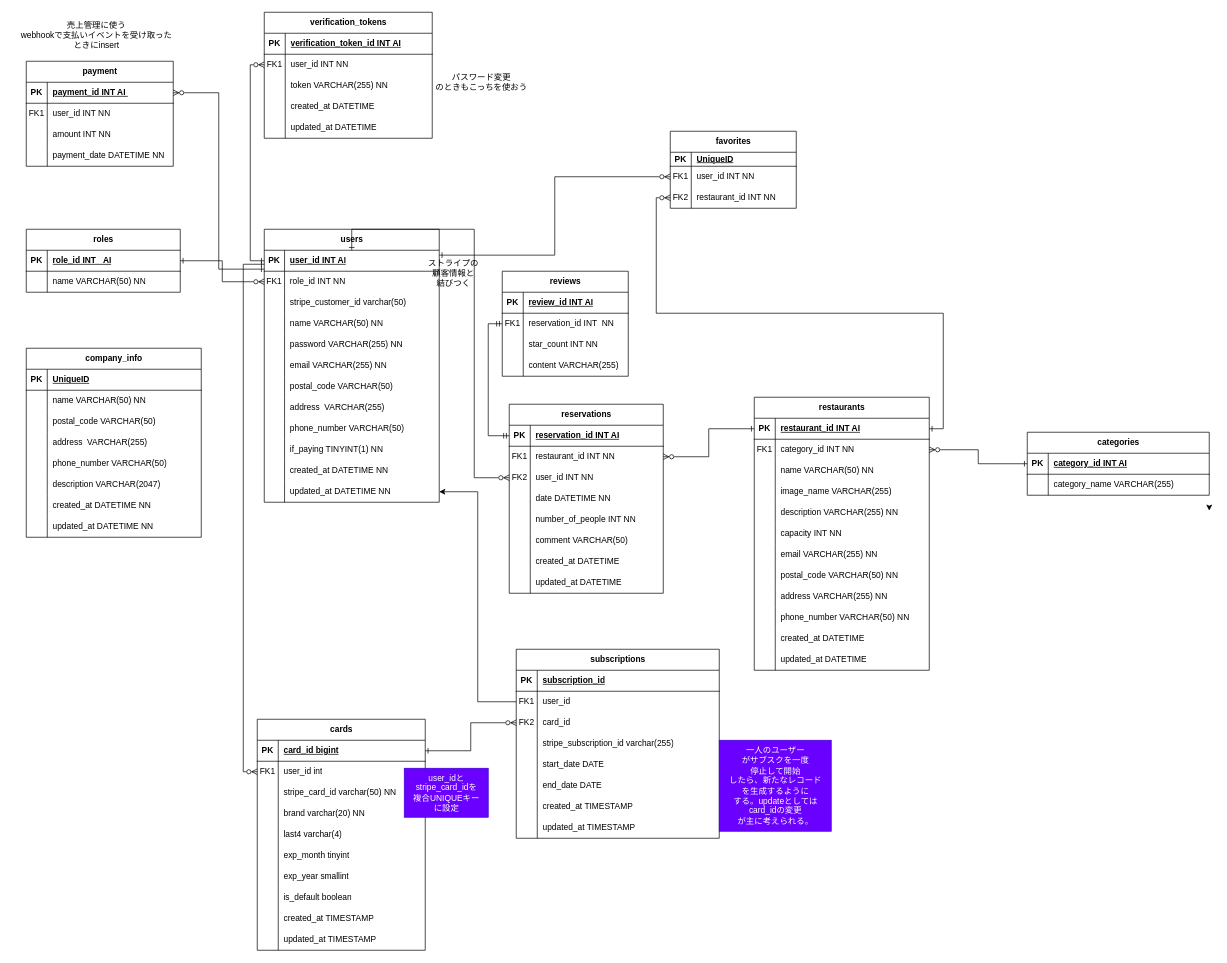
satoru817/springboot_tabelog_kadai keeps this draw.io diagram as kadai_002/nagoyameshi/nagoyameshi_ER.drawio. Above is the earlier version. Source tidied: cells renumbered, new cells numbered last; positions are measured from the earlier drawing's top-left corner, leaving out a move shared by most shapes. Both pictures are drawn from the tidied source at 70%, with x=0, y=0 at pixel (12, 12).
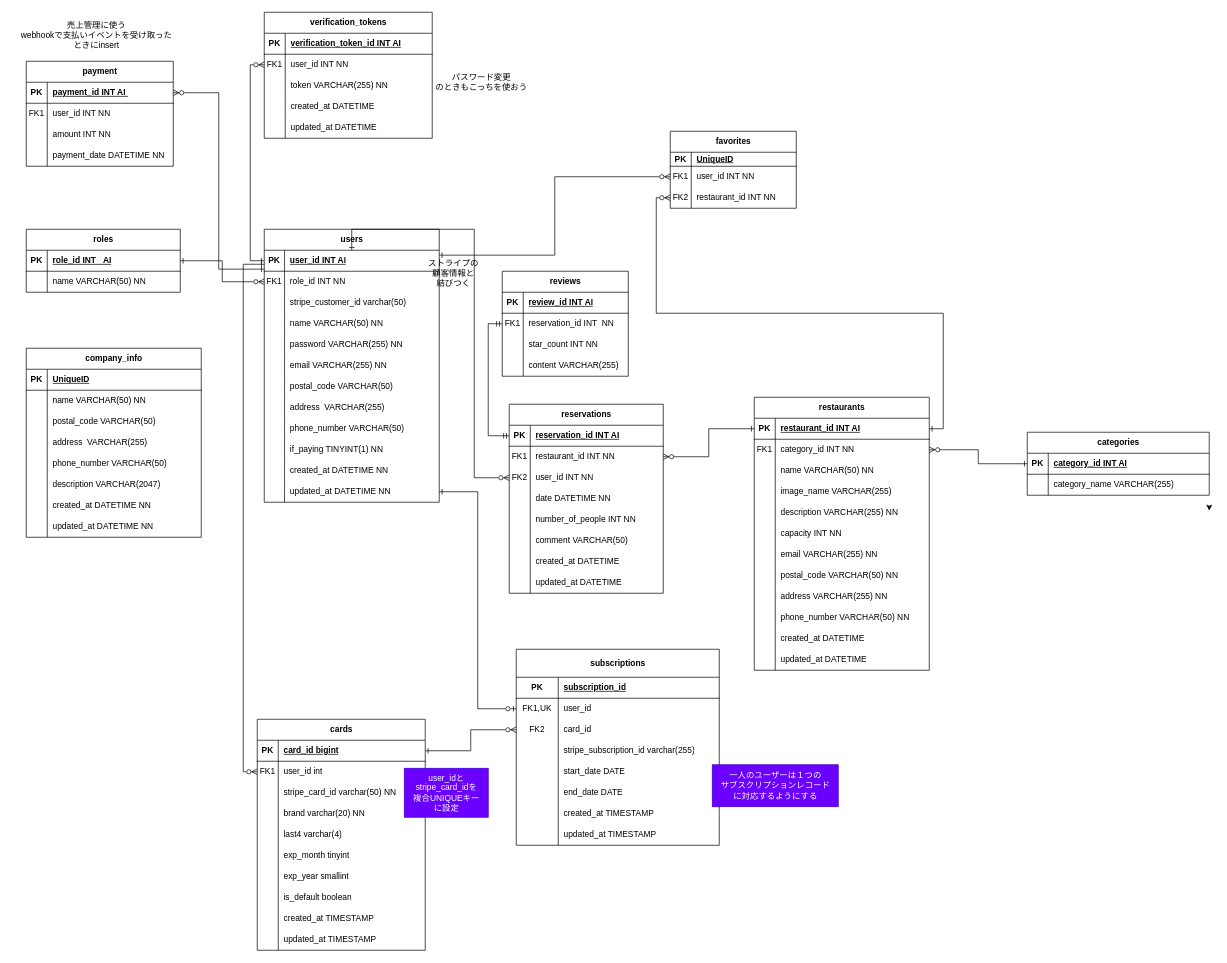
After the change.

Unchanged cells that the change refers to:
```xml
<mxCell id="43" style="shape=tableRow;horizontal=0;startSize=0;swimlaneHead=0;swimlaneBody=0;fillColor=none;points=[[0,0.5],[1,0.5]];portConstraint=eastwest;top=0;left=0;right=0;bottom=0;" parent="9" vertex="1">
  <mxGeometry y="360" width="250" height="30" as="geometry" />
</mxCell>
```

The edit, as a diff of the source:
```diff
@@
-    <mxCell id="236" value="subscriptions" style="shape=table;startSize=30;childLayout=tableLayout;rowLines=0;fontStyle=1;align=center;html=1;" parent="1" vertex="1">
-      <mxGeometry x="720" y="910" width="290" height="270" as="geometry" />
+    <mxCell id="236" value="subscriptions" style="shape=table;startSize=40;childLayout=tableLayout;rowLines=0;fontStyle=1;align=center;html=1;" parent="1" vertex="1">
+      <mxGeometry x="720" y="910" width="290" height="280" as="geometry" />
     </mxCell>
     <mxCell id="237" style="shape=tableRow;horizontal=0;startSize=0;swimlaneHead=0;swimlaneBody=0;fillColor=none;top=0;left=0;right=0;bottom=1;" parent="236" vertex="1">
-      <mxGeometry y="30" width="290" height="30" as="geometry" />
+      <mxGeometry y="40" width="290" height="30" as="geometry" />
     </mxCell>
     <mxCell id="238" value="PK" style="shape=partialRectangle;fillColor=none;top=0;left=0;bottom=0;right=0;fontStyle=1;overflow=hidden;whiteSpace=wrap;html=1;" parent="237" vertex="1">
-      <mxGeometry width="30" height="30" as="geometry" />
+      <mxGeometry width="60" height="30" as="geometry" />
     </mxCell>
     <mxCell id="239" value="subscription_id" style="shape=partialRectangle;fillColor=none;top=0;left=0;bottom=0;right=0;align=left;spacingLeft=6;fontStyle=5;overflow=hidden;whiteSpace=wrap;html=1;" parent="237" vertex="1">
-      <mxGeometry x="30" width="260" height="30" as="geometry" />
+      <mxGeometry x="60" width="230" height="30" as="geometry" />
     </mxCell>
     <mxCell id="240" style="shape=tableRow;horizontal=0;startSize=0;swimlaneHead=0;swimlaneBody=0;fillColor=none;points=[[0,0.5],[1,0.5]];portConstraint=eastwest;top=0;left=0;right=0;bottom=0;" parent="236" vertex="1">
-      <mxGeometry y="60" width="290" height="30" as="geometry" />
+      <mxGeometry y="70" width="290" height="30" as="geometry" />
     </mxCell>
-    <mxCell id="241" value="FK1" style="shape=partialRectangle;fillColor=none;top=0;left=0;bottom=0;right=0;overflow=hidden;whiteSpace=wrap;html=1;" parent="240" vertex="1">
-      <mxGeometry width="30" height="30" as="geometry" />
+    <mxCell id="241" value="FK1,UK" style="shape=partialRectangle;fillColor=none;top=0;left=0;bottom=0;right=0;overflow=hidden;whiteSpace=wrap;html=1;" parent="240" vertex="1">
+      <mxGeometry width="60" height="30" as="geometry" />
     </mxCell>
     <mxCell id="242" value="user_id&amp;nbsp;" style="shape=partialRectangle;fillColor=none;top=0;left=0;bottom=0;right=0;align=left;spacingLeft=6;overflow=hidden;whiteSpace=wrap;html=1;" parent="240" vertex="1">
-      <mxGeometry x="30" width="260" height="30" as="geometry" />
+      <mxGeometry x="60" width="230" height="30" as="geometry" />
     </mxCell>
     <mxCell id="243" style="shape=tableRow;horizontal=0;startSize=0;swimlaneHead=0;swimlaneBody=0;fillColor=none;points=[[0,0.5],[1,0.5]];portConstraint=eastwest;top=0;left=0;right=0;bottom=0;" parent="236" vertex="1">
-      <mxGeometry y="90" width="290" height="30" as="geometry" />
+      <mxGeometry y="100" width="290" height="30" as="geometry" />
     </mxCell>
     <mxCell id="244" value="FK2" style="shape=partialRectangle;fillColor=none;top=0;left=0;bottom=0;right=0;overflow=hidden;whiteSpace=wrap;html=1;" parent="243" vertex="1">
-      <mxGeometry width="30" height="30" as="geometry" />
+      <mxGeometry width="60" height="30" as="geometry" />
     </mxCell>
     <mxCell id="245" value="card_id&amp;nbsp;" style="shape=partialRectangle;fillColor=none;top=0;left=0;bottom=0;right=0;align=left;spacingLeft=6;overflow=hidden;whiteSpace=wrap;html=1;" parent="243" vertex="1">
-      <mxGeometry x="30" width="260" height="30" as="geometry" />
+      <mxGeometry x="60" width="230" height="30" as="geometry" />
     </mxCell>
     <mxCell id="246" style="shape=tableRow;horizontal=0;startSize=0;swimlaneHead=0;swimlaneBody=0;fillColor=none;top=0;left=0;right=0;bottom=0;" parent="236" vertex="1">
-      <mxGeometry y="120" width="290" height="30" as="geometry" />
+      <mxGeometry y="130" width="290" height="30" as="geometry" />
     </mxCell>
     <mxCell id="247" style="shape=partialRectangle;fillColor=none;top=0;left=0;bottom=0;right=0;overflow=hidden;whiteSpace=wrap;html=1;" parent="246" vertex="1">
-      <mxGeometry width="30" height="30" as="geometry" />
+      <mxGeometry width="60" height="30" as="geometry" />
     </mxCell>
     <mxCell id="248" value="stripe_subscription_id varchar(255)" style="shape=partialRectangle;fillColor=none;top=0;left=0;bottom=0;right=0;align=left;spacingLeft=6;overflow=hidden;whiteSpace=wrap;html=1;" parent="246" vertex="1">
-      <mxGeometry x="30" width="260" height="30" as="geometry" />
+      <mxGeometry x="60" width="230" height="30" as="geometry" />
     </mxCell>
     <mxCell id="249" style="shape=tableRow;horizontal=0;startSize=0;swimlaneHead=0;swimlaneBody=0;fillColor=none;top=0;left=0;right=0;bottom=0;" parent="236" vertex="1">
-      <mxGeometry y="150" width="290" height="30" as="geometry" />
+      <mxGeometry y="160" width="290" height="30" as="geometry" />
     </mxCell>
     <mxCell id="250" style="shape=partialRectangle;fillColor=none;top=0;left=0;bottom=0;right=0;overflow=hidden;whiteSpace=wrap;html=1;" parent="249" vertex="1">
-      <mxGeometry width="30" height="30" as="geometry" />
+      <mxGeometry width="60" height="30" as="geometry" />
     </mxCell>
     <mxCell id="251" value="start_date DATE" style="shape=partialRectangle;fillColor=none;top=0;left=0;bottom=0;right=0;align=left;spacingLeft=6;overflow=hidden;whiteSpace=wrap;html=1;" parent="249" vertex="1">
-      <mxGeometry x="30" width="260" height="30" as="geometry" />
+      <mxGeometry x="60" width="230" height="30" as="geometry" />
     </mxCell>
     <mxCell id="252" style="shape=tableRow;horizontal=0;startSize=0;swimlaneHead=0;swimlaneBody=0;fillColor=none;top=0;left=0;right=0;bottom=0;" parent="236" vertex="1">
-      <mxGeometry y="180" width="290" height="30" as="geometry" />
+      <mxGeometry y="190" width="290" height="30" as="geometry" />
     </mxCell>
     <mxCell id="253" style="shape=partialRectangle;fillColor=none;top=0;left=0;bottom=0;right=0;overflow=hidden;whiteSpace=wrap;html=1;" parent="252" vertex="1">
-      <mxGeometry width="30" height="30" as="geometry" />
+      <mxGeometry width="60" height="30" as="geometry" />
     </mxCell>
     <mxCell id="254" value="end_date DATE" style="shape=partialRectangle;fillColor=none;top=0;left=0;bottom=0;right=0;align=left;spacingLeft=6;overflow=hidden;whiteSpace=wrap;html=1;" parent="252" vertex="1">
-      <mxGeometry x="30" width="260" height="30" as="geometry" />
+      <mxGeometry x="60" width="230" height="30" as="geometry" />
     </mxCell>
     <mxCell id="255" style="shape=tableRow;horizontal=0;startSize=0;swimlaneHead=0;swimlaneBody=0;fillColor=none;top=0;left=0;right=0;bottom=0;" parent="236" vertex="1">
-      <mxGeometry y="210" width="290" height="30" as="geometry" />
+      <mxGeometry y="220" width="290" height="30" as="geometry" />
     </mxCell>
     <mxCell id="256" style="shape=partialRectangle;fillColor=none;top=0;left=0;bottom=0;right=0;overflow=hidden;whiteSpace=wrap;html=1;" parent="255" vertex="1">
-      <mxGeometry width="30" height="30" as="geometry" />
+      <mxGeometry width="60" height="30" as="geometry" />
     </mxCell>
     <mxCell id="257" value="created_at TIMESTAMP" style="shape=partialRectangle;fillColor=none;top=0;left=0;bottom=0;right=0;align=left;spacingLeft=6;overflow=hidden;whiteSpace=wrap;html=1;" parent="255" vertex="1">
-      <mxGeometry x="30" width="260" height="30" as="geometry" />
+      <mxGeometry x="60" width="230" height="30" as="geometry" />
     </mxCell>
     <mxCell id="258" style="shape=tableRow;horizontal=0;startSize=0;swimlaneHead=0;swimlaneBody=0;fillColor=none;top=0;left=0;right=0;bottom=0;" parent="236" vertex="1">
-      <mxGeometry y="240" width="290" height="30" as="geometry" />
+      <mxGeometry y="250" width="290" height="30" as="geometry" />
     </mxCell>
     <mxCell id="259" style="shape=partialRectangle;fillColor=none;top=0;left=0;bottom=0;right=0;overflow=hidden;whiteSpace=wrap;html=1;" parent="258" vertex="1">
-      <mxGeometry width="30" height="30" as="geometry" />
+      <mxGeometry width="60" height="30" as="geometry" />
     </mxCell>
     <mxCell id="260" value="updated_at TIMESTAMP" style="shape=partialRectangle;fillColor=none;top=0;left=0;bottom=0;right=0;align=left;spacingLeft=6;overflow=hidden;whiteSpace=wrap;html=1;" parent="258" vertex="1">
-      <mxGeometry x="30" width="260" height="30" as="geometry" />
+      <mxGeometry x="60" width="230" height="30" as="geometry" />
     </mxCell>
@@
-    <mxCell id="262" value="一人のユーザー&lt;div&gt;がサブスクを一度&lt;/div&gt;&lt;div&gt;停止して開始&lt;/div&gt;&lt;div&gt;したら、新たなレコード&lt;/div&gt;&lt;div&gt;を生成するように&lt;/div&gt;&lt;div&gt;する。updateとしては&lt;/div&gt;&lt;div&gt;card_idの変更&lt;/div&gt;&lt;div&gt;が主に考えられる。&lt;/div&gt;" style="text;html=1;align=center;verticalAlign=middle;fillColor=#6a00ff;fontColor=#ffffff;strokeColor=#3700CC;" parent="1" vertex="1">
-      <mxGeometry x="1010" y="1040" width="160" height="130" as="geometry" />
+    <mxCell id="262" value="一人のユーザーは１つの&lt;div&gt;サブスクリプションレコード&lt;/div&gt;&lt;div&gt;に対応するようにする&lt;/div&gt;" style="text;html=1;align=center;verticalAlign=middle;fillColor=#6a00ff;fontColor=#ffffff;strokeColor=#3700CC;" parent="1" vertex="1">
+      <mxGeometry x="1000" y="1075" width="180" height="60" as="geometry" />
     </mxCell>
-    <mxCell id="263" style="edgeStyle=orthogonalEdgeStyle;rounded=0;jettySize=auto;html=1;exitX=0;exitY=0.5;exitDx=0;exitDy=0;" parent="1" edge="1" source="240" target="43">
+    <mxCell id="263" style="edgeStyle=orthogonalEdgeStyle;rounded=0;jettySize=auto;html=1;exitX=0;exitY=0.5;exitDx=0;exitDy=0;endArrow=ERone;endFill=0;startArrow=ERzeroToOne;startFill=0;" parent="1" edge="1" source="240" target="43">
       <mxGeometry relative="1" as="geometry" />
     </mxCell>
```
